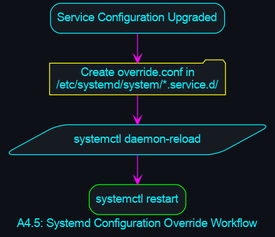
danindiana/hybrid-framework keeps this Graphviz diagram as diagrams/compilations/workflow_service_override.png. Above is the earlier version. Its source is kept beside it as diagrams/compilations/workflow_service_override.dot. Source of this version:
```dot
digraph WorkOverride {
        graph [bgcolor="#0d1117", fontname="Helvetica", fontcolor="#00f2ff", label="A4.5: Systemd Configuration Override Workflow"];
        node [shape=box, style="filled,rounded", color="#00f2ff", fontcolor="#00f2ff", fillcolor="#161b22", fontname="Helvetica"];
        edge [color="#ff00ff", arrowhead=vee];

        Service_Upgrade [label="Service Configuration Upgraded"];
        Override_Dir [label="Create override.conf in\n/etc/systemd/system/*.service.d/", shape=folder, color="#ffff00"];
        Daemon_Reload [label="systemctl daemon-reload", shape=parallelogram];
        Restart [label="systemctl restart", color="#00ff00"];

        Service_Upgrade -> Override_Dir;
        Override_Dir -> Daemon_Reload;
        Daemon_Reload -> Restart;
    }
```
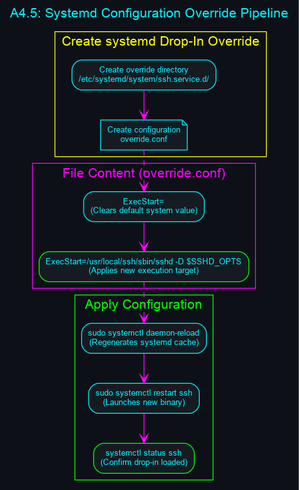
After the change.

The edit, as a diff of the source:
```diff
@@ -1,14 +1,38 @@
 digraph WorkOverride {
-        graph [bgcolor="#0d1117", fontname="Helvetica", fontcolor="#00f2ff", label="A4.5: Systemd Configuration Override Workflow"];
-        node [shape=box, style="filled,rounded", color="#00f2ff", fontcolor="#00f2ff", fillcolor="#161b22", fontname="Helvetica"];
-        edge [color="#ff00ff", arrowhead=vee];
+        graph [bgcolor="#0d1117", fontname="Helvetica", fontcolor="#00f2ff", label="A4.5: Systemd Configuration Override Pipeline", labelloc="t", fontsize=16];
+        node [shape=box, style="filled,rounded", color="#00f2ff", fontcolor="#00f2ff", fillcolor="#161b22", fontname="Helvetica", fontsize=10];
+        edge [color="#ff00ff", arrowhead=vee, fontname="Helvetica", fontsize=9];
 
-        Service_Upgrade [label="Service Configuration Upgraded"];
-        Override_Dir [label="Create override.conf in\n/etc/systemd/system/*.service.d/", shape=folder, color="#ffff00"];
-        Daemon_Reload [label="systemctl daemon-reload", shape=parallelogram];
-        Restart [label="systemctl restart", color="#00ff00"];
+        subgraph cluster_override_creation {
+            label = "Create systemd Drop-In Override";
+            color = "#ffff00";
+            fontcolor = "#ffff00";
+            Override_Dir [label="Create override directory\n/etc/systemd/system/ssh.service.d/"];
+            Override_Conf [label="Create configuration\noverride.conf", shape=note];
+            Override_Dir -> Override_Conf;
+        }
 
-        Service_Upgrade -> Override_Dir;
-        Override_Dir -> Daemon_Reload;
-        Daemon_Reload -> Restart;
+        subgraph cluster_override_conf {
+            label = "File Content (override.conf)";
+            color = "#ff00ff";
+            fontcolor = "#ff00ff";
+            ExecStart_Clear [label="ExecStart=\n(Clears default system value)"];
+            ExecStart_Override [label="ExecStart=/usr/local/ssh/sbin/sshd -D $SSHD_OPTS\n(Applies new execution target)", color="#00ff00"];
+            ExecStart_Clear -> ExecStart_Override;
+        }
+
+        subgraph cluster_service_apply {
+            label = "Apply Configuration";
+            color = "#00ff00";
+            fontcolor = "#00ff00";
+            Reload_Cmd [label="sudo systemctl daemon-reload\n(Regenerates systemd cache)"];
+            Restart_Cmd [label="sudo systemctl restart ssh\n(Launches new binary)"];
+            Status_Cmd [label="systemctl status ssh\n(Confirm drop-in loaded)", color="#00ff00"];
+
+            Reload_Cmd -> Restart_Cmd;
+            Restart_Cmd -> Status_Cmd;
+        }
+
+        Override_Conf -> ExecStart_Clear [style=dashed];
+        ExecStart_Override -> Reload_Cmd [style=dashed];
     }
```
